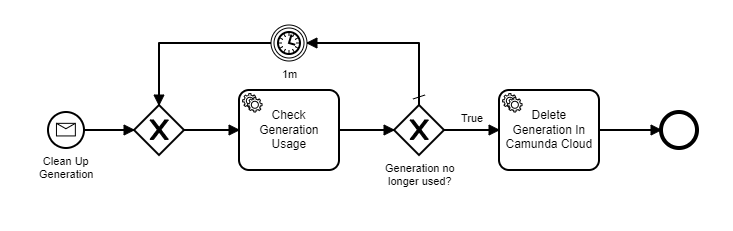
The BPMN diagram docs/assets/clean-up-generation.png in zeebe-io/zeebe-cluster-testbench, before a commit. Its source is kept beside it as workflows/clean-up-generation.bpmn. Ids are renumbered.
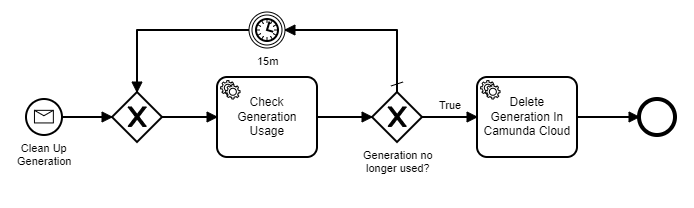
After the change.

The edit, as a diff of the source:
```diff
@@ -33,11 +33,11 @@
       <bpmn:outgoing>Flow_n12</bpmn:outgoing>
     </bpmn:serviceTask>
     <bpmn:sequenceFlow id="Flow_n6" sourceRef="Event_n13" targetRef="Gateway_n5" />
-    <bpmn:intermediateCatchEvent id="Event_n13" name="1m">
+    <bpmn:intermediateCatchEvent id="Event_n13" name="15m">
       <bpmn:incoming>Flow_n9</bpmn:incoming>
       <bpmn:outgoing>Flow_n6</bpmn:outgoing>
       <bpmn:timerEventDefinition id="TimerEventDefinition_n14">
-        <bpmn:timeDuration xsi:type="bpmn:tFormalExpression">PT1M</bpmn:timeDuration>
+        <bpmn:timeDuration xsi:type="bpmn:tFormalExpression">PT15M</bpmn:timeDuration>
       </bpmn:timerEventDefinition>
     </bpmn:intermediateCatchEvent>
     <bpmn:serviceTask id="check-generation-usage" name="Check Generation Usage">
@@ -51,17 +51,19 @@
   <bpmn:message id="Message_n4" name="Clean Up Generation" />
   <bpmndi:BPMNDiagram id="BPMNDiagram_1">
     <bpmndi:BPMNPlane id="BPMNPlane_1" bpmnElement="clean-up-generation">
-      <bpmndi:BPMNEdge id="Flow_n2_di" bpmnElement="Flow_n2">
-        <di:waypoint x="215" y="177" />
-        <di:waypoint x="265" y="177" />
+      <bpmndi:BPMNEdge id="Flow_n6_di" bpmnElement="Flow_n6">
+        <di:waypoint x="402" y="90" />
+        <di:waypoint x="290" y="90" />
+        <di:waypoint x="290" y="152" />
       </bpmndi:BPMNEdge>
-      <bpmndi:BPMNEdge id="Flow_n7_di" bpmnElement="Flow_n7">
-        <di:waypoint x="315" y="177" />
-        <di:waypoint x="370" y="177" />
+      <bpmndi:BPMNEdge id="Flow_n9_di" bpmnElement="Flow_n9">
+        <di:waypoint x="550" y="152" />
+        <di:waypoint x="550" y="90" />
+        <di:waypoint x="438" y="90" />
       </bpmndi:BPMNEdge>
-      <bpmndi:BPMNEdge id="Flow_n10_di" bpmnElement="Flow_n10">
-        <di:waypoint x="470" y="177" />
-        <di:waypoint x="525" y="177" />
+      <bpmndi:BPMNEdge id="Flow_n12_di" bpmnElement="Flow_n12">
+        <di:waypoint x="730" y="177" />
+        <di:waypoint x="792" y="177" />
       </bpmndi:BPMNEdge>
       <bpmndi:BPMNEdge id="Flow_n11_di" bpmnElement="Flow_n11">
         <di:waypoint x="575" y="177" />
@@ -70,19 +72,17 @@
           <dc:Bounds x="592" y="159" width="22" height="14" />
         </bpmndi:BPMNLabel>
       </bpmndi:BPMNEdge>
-      <bpmndi:BPMNEdge id="Flow_n12_di" bpmnElement="Flow_n12">
-        <di:waypoint x="730" y="177" />
-        <di:waypoint x="792" y="177" />
+      <bpmndi:BPMNEdge id="Flow_n10_di" bpmnElement="Flow_n10">
+        <di:waypoint x="470" y="177" />
+        <di:waypoint x="525" y="177" />
       </bpmndi:BPMNEdge>
-      <bpmndi:BPMNEdge id="Flow_n9_di" bpmnElement="Flow_n9">
-        <di:waypoint x="550" y="152" />
-        <di:waypoint x="550" y="90" />
-        <di:waypoint x="438" y="90" />
+      <bpmndi:BPMNEdge id="Flow_n7_di" bpmnElement="Flow_n7">
+        <di:waypoint x="315" y="177" />
+        <di:waypoint x="370" y="177" />
       </bpmndi:BPMNEdge>
-      <bpmndi:BPMNEdge id="Flow_n6_di" bpmnElement="Flow_n6">
-        <di:waypoint x="402" y="90" />
-        <di:waypoint x="290" y="90" />
-        <di:waypoint x="290" y="152" />
+      <bpmndi:BPMNEdge id="Flow_n2_di" bpmnElement="Flow_n2">
+        <di:waypoint x="215" y="177" />
+        <di:waypoint x="265" y="177" />
       </bpmndi:BPMNEdge>
       <bpmndi:BPMNShape id="Event_026opqx_di" bpmnElement="start-event">
         <dc:Bounds x="179" y="159" width="36" height="36" />
@@ -108,7 +108,7 @@
       <bpmndi:BPMNShape id="Event_1k9x4ya_di" bpmnElement="Event_n13">
         <dc:Bounds x="402" y="72" width="36" height="36" />
         <bpmndi:BPMNLabel>
-          <dc:Bounds x="413" y="115" width="16" height="14" />
+          <dc:Bounds x="410" y="115" width="22" height="14" />
         </bpmndi:BPMNLabel>
       </bpmndi:BPMNShape>
       <bpmndi:BPMNShape id="Activity_0v3fl37_di" bpmnElement="check-generation-usage">
```
